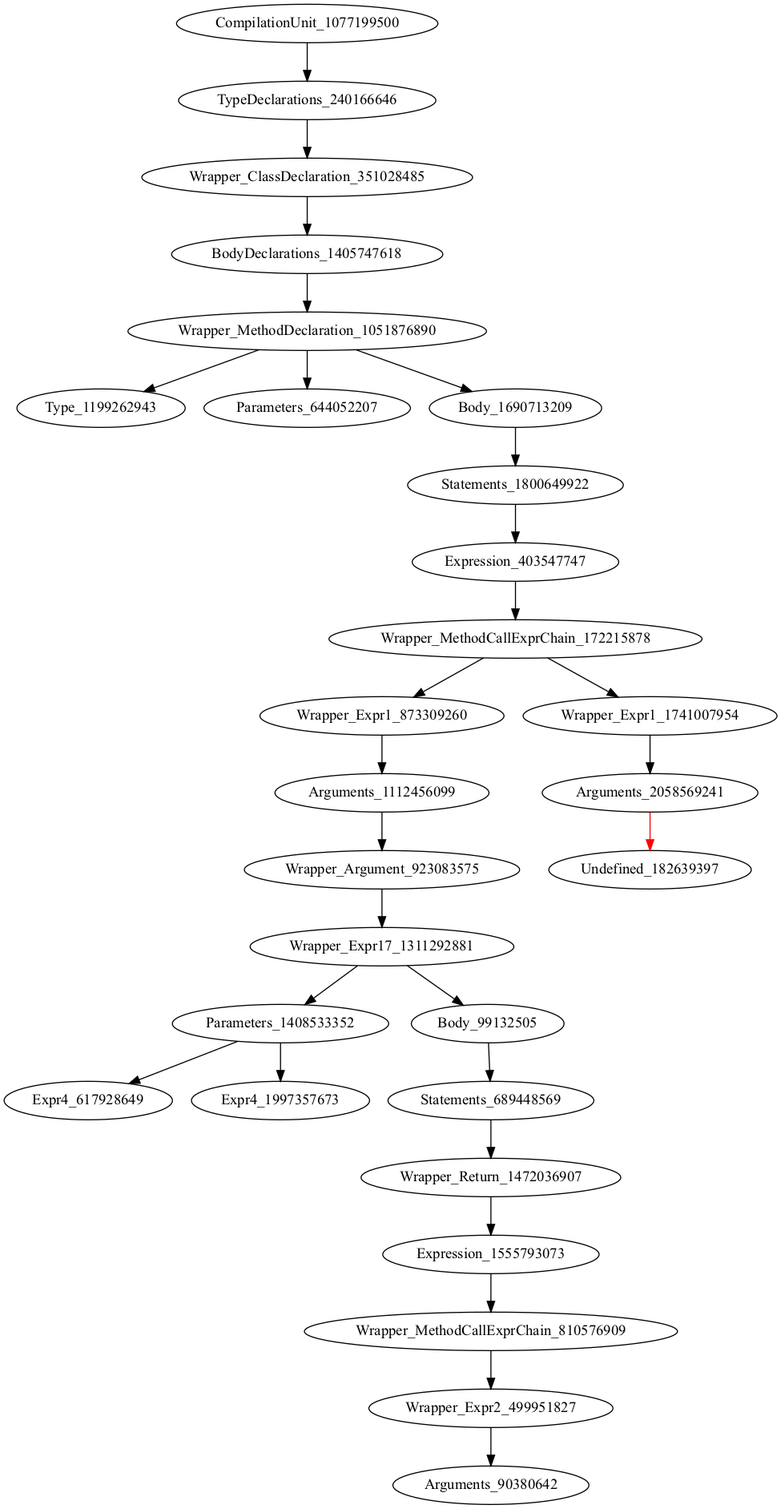
Above: holeAST.png in icse2023material/VoiceJava (Graphviz), before the change. Its source is kept beside it as holeAST.dot.
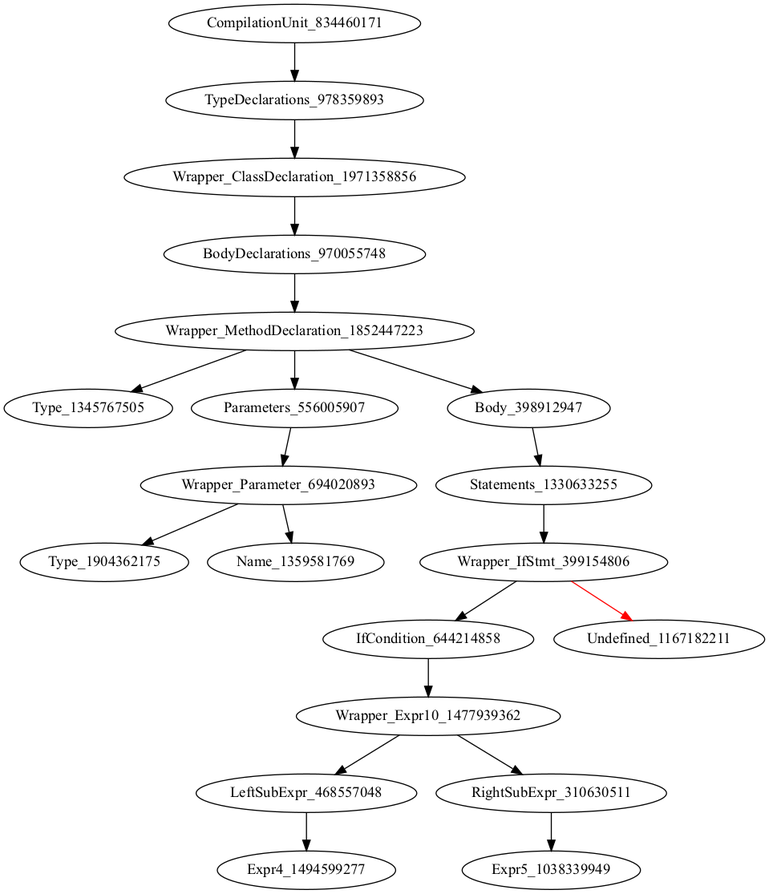
The same file after the commit.

The edit, as a diff of the source:
```diff
@@ -1,29 +1,21 @@
 digraph {
-CompilationUnit_1077199500 -> TypeDeclarations_240166646
-TypeDeclarations_240166646 -> Wrapper_ClassDeclaration_351028485
-Wrapper_ClassDeclaration_351028485 -> BodyDeclarations_1405747618
-BodyDeclarations_1405747618 -> Wrapper_MethodDeclaration_1051876890
-Wrapper_MethodDeclaration_1051876890 -> Type_1199262943
-Wrapper_MethodDeclaration_1051876890 -> Parameters_644052207
-Wrapper_MethodDeclaration_1051876890 -> Body_1690713209
-Body_1690713209 -> Statements_1800649922
-Statements_1800649922 -> Expression_403547747
-Expression_403547747 -> Wrapper_MethodCallExprChain_172215878
-Wrapper_MethodCallExprChain_172215878 -> Wrapper_Expr1_873309260
-Wrapper_MethodCallExprChain_172215878 -> Wrapper_Expr1_1741007954
-Wrapper_Expr1_873309260 -> Arguments_1112456099
-Wrapper_Expr1_1741007954 -> Arguments_2058569241
-Arguments_1112456099 -> Wrapper_Argument_923083575
-Arguments_2058569241 -> Undefined_182639397 [color = red]
-Wrapper_Argument_923083575 -> Wrapper_Expr17_1311292881
-Wrapper_Expr17_1311292881 -> Parameters_1408533352
-Wrapper_Expr17_1311292881 -> Body_99132505
-Parameters_1408533352 -> Expr4_617928649
-Parameters_1408533352 -> Expr4_1997357673
-Body_99132505 -> Statements_689448569
-Statements_689448569 -> Wrapper_Return_1472036907
-Wrapper_Return_1472036907 -> Expression_1555793073
-Expression_1555793073 -> Wrapper_MethodCallExprChain_810576909
-Wrapper_MethodCallExprChain_810576909 -> Wrapper_Expr2_499951827
-Wrapper_Expr2_499951827 -> Arguments_90380642
+CompilationUnit_834460171 -> TypeDeclarations_978359893
+TypeDeclarations_978359893 -> Wrapper_ClassDeclaration_1971358856
+Wrapper_ClassDeclaration_1971358856 -> BodyDeclarations_970055748
+BodyDeclarations_970055748 -> Wrapper_MethodDeclaration_1852447223
+Wrapper_MethodDeclaration_1852447223 -> Type_1345767505
+Wrapper_MethodDeclaration_1852447223 -> Parameters_556005907
+Wrapper_MethodDeclaration_1852447223 -> Body_398912947
+Parameters_556005907 -> Wrapper_Parameter_694020893
+Body_398912947 -> Statements_1330633255
+Wrapper_Parameter_694020893 -> Type_1904362175
+Wrapper_Parameter_694020893 -> Name_1359581769
+Statements_1330633255 -> Wrapper_IfStmt_399154806
+Wrapper_IfStmt_399154806 -> IfCondition_644214858
+Wrapper_IfStmt_399154806 -> Undefined_1167182211 [color = red]
+IfCondition_644214858 -> Wrapper_Expr10_1477939362
+Wrapper_Expr10_1477939362 -> LeftSubExpr_468557048
+Wrapper_Expr10_1477939362 -> RightSubExpr_310630511
+LeftSubExpr_468557048 -> Expr4_1494599277
+RightSubExpr_310630511 -> Expr5_1038339949
 }
```
